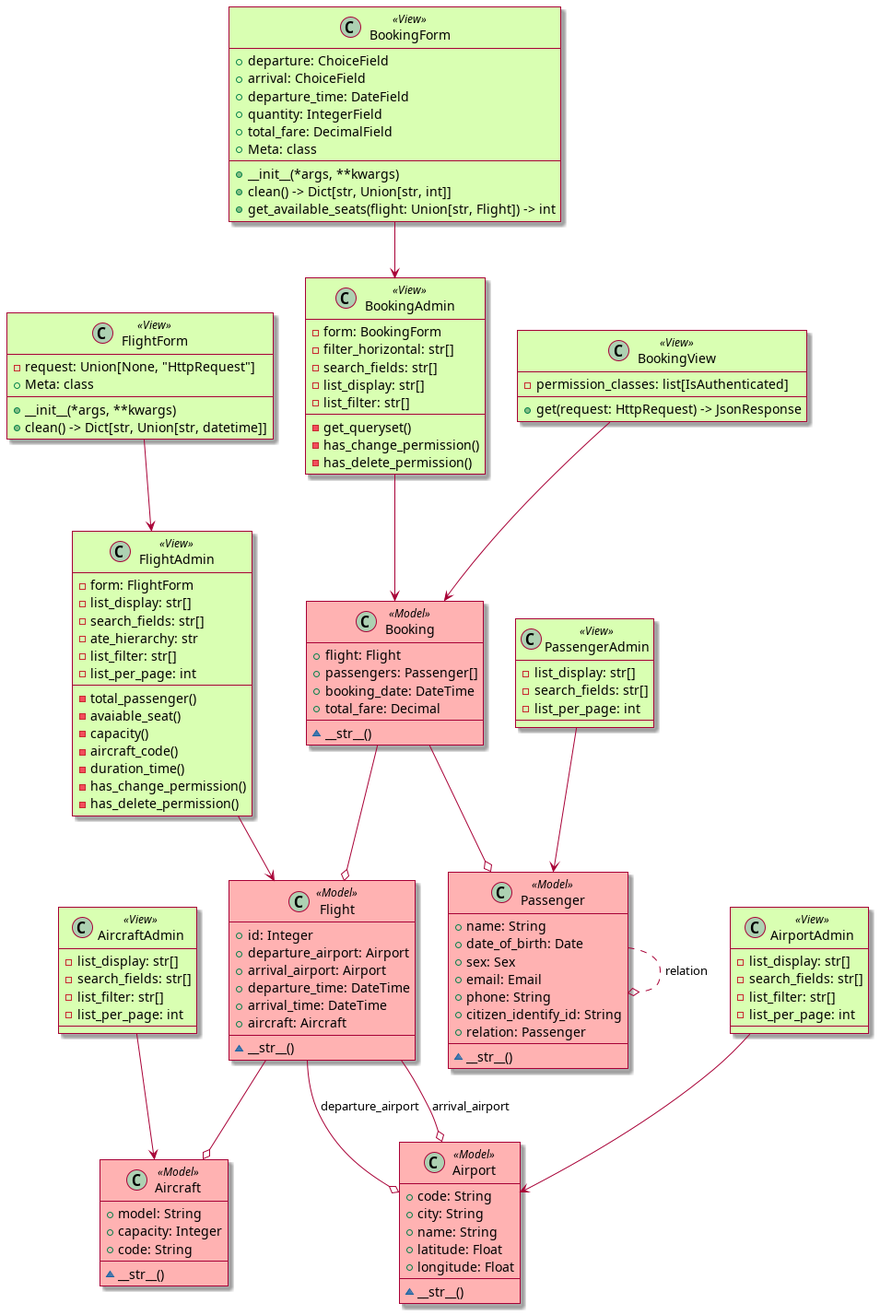
This is documents/class-uml.png from t-pk/aviation-management-project, a PlantUML export, as it was before one commit.
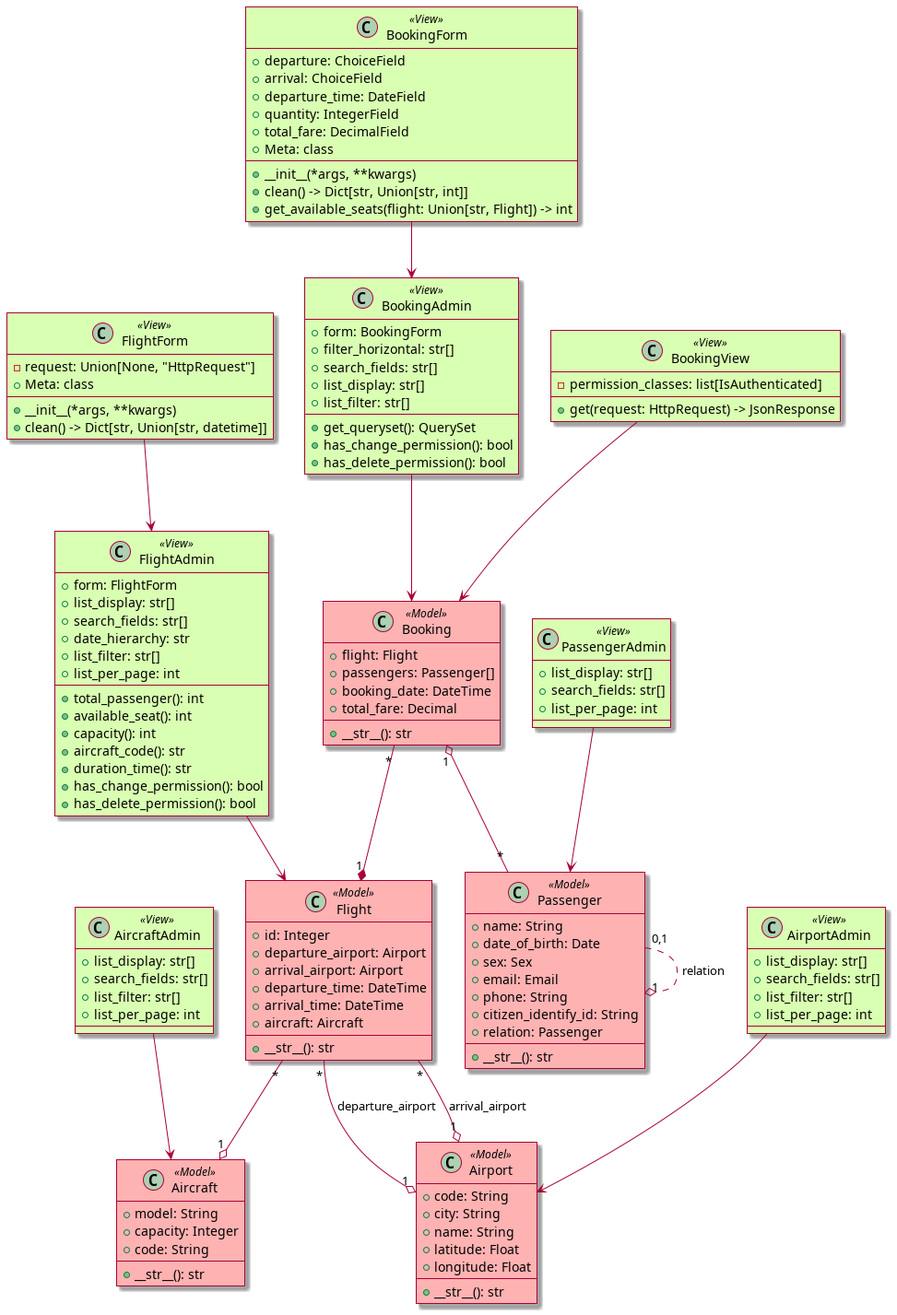
The same file after the commit.

The edit, as a diff of the source:
```diff
@@ -21,14 +21,14 @@
     + departure_time: DateTime
     + arrival_time: DateTime
     + aircraft: Aircraft
-    ~ __str__()
+    + __str__(): str
 }
 
 class Aircraft<<Model>> {
     + model: String
     + capacity: Integer
     + code: String
-    ~ __str__()
+    + __str__(): str
 }
 
 class Airport<<Model>> {
@@ -37,7 +37,7 @@
     + name: String
     + latitude: Float
     + longitude: Float
-    ~ __str__()
+    + __str__(): str
 }
 
 class Passenger<<Model>> {
@@ -48,7 +48,7 @@
     + phone: String
     + citizen_identify_id: String
     + relation: Passenger
-    ~ __str__()
+    + __str__(): str
 }
 
 class Booking<<Model>> {
@@ -56,7 +56,7 @@
     + passengers: Passenger[]
     + booking_date: DateTime
     + total_fare: Decimal
-    ~ __str__()
+    + __str__(): str
 }
 
 class BookingView<<View>> {
@@ -66,50 +66,50 @@
 }
 
 class FlightAdmin<<View>> {
-    - form: FlightForm
-    - list_display: str[]
-    - search_fields: str[]
-    - ate_hierarchy: str
-    - list_filter: str[]
-    - list_per_page: int
-    - total_passenger()
-    - avaiable_seat()
-    - capacity()
-    - aircraft_code()
-    - duration_time()
-    - has_change_permission()
-    - has_delete_permission()
+    + form: FlightForm
+    + list_display: str[]
+    + search_fields: str[]
+    + date_hierarchy: str
+    + list_filter: str[]
+    + list_per_page: int
+    + total_passenger(): int
+    + available_seat(): int
+    + capacity(): int
+    + aircraft_code(): str
+    + duration_time(): str
+    + has_change_permission(): bool
+    + has_delete_permission(): bool
 }
 
 class AircraftAdmin<<View>> {
-    - list_display: str[]
-    - search_fields: str[]
-    - list_filter: str[]
-    - list_per_page: int
+    + list_display: str[]
+    + search_fields: str[]
+    + list_filter: str[]
+    + list_per_page: int
 }
 
 class AirportAdmin<<View>> {
-    - list_display: str[]
-    - search_fields: str[]
-    - list_filter: str[]
-    - list_per_page: int
+    + list_display: str[]
+    + search_fields: str[]
+    + list_filter: str[]
+    + list_per_page: int
 }
 
 class PassengerAdmin<<View>> {
-    - list_display: str[]
-    - search_fields: str[]
-    - list_per_page: int
+    + list_display: str[]
+    + search_fields: str[]
+    + list_per_page: int
 }
 
 class BookingAdmin<<View>> {
-    - form: BookingForm
-    - filter_horizontal: str[]
-    - search_fields: str[]
-    - list_display: str[]
-    - list_filter: str[]
-    - get_queryset()
-    - has_change_permission()
-    - has_delete_permission()
+    + form: BookingForm
+    + filter_horizontal: str[]
+    + search_fields: str[]
+    + list_display: str[]
+    + list_filter: str[]
+    + get_queryset(): QuerySet
+    + has_change_permission(): bool
+    + has_delete_permission(): bool
 }
 
 class BookingForm <<View>> {
@@ -141,12 +141,10 @@
 BookingForm --> BookingAdmin
 FlightForm --> FlightAdmin
 
-Passenger ..o Passenger: relation
-Flight --o Airport: departure_airport
-Flight --o Airport: arrival_airport
-Flight --o Aircraft
-Booking --o Flight
-Booking --o Passenger
-
-
+Flight "*" --o "1" Airport: departure_airport
+Flight "*" --o "1" Airport: arrival_airport
+Flight "*" --o "1" Aircraft
+Passenger "0,1" ..o "1" Passenger: relation
+Booking "*" --* "1" Flight
+Booking "1" o-- "*" Passenger
 @enduml
```
